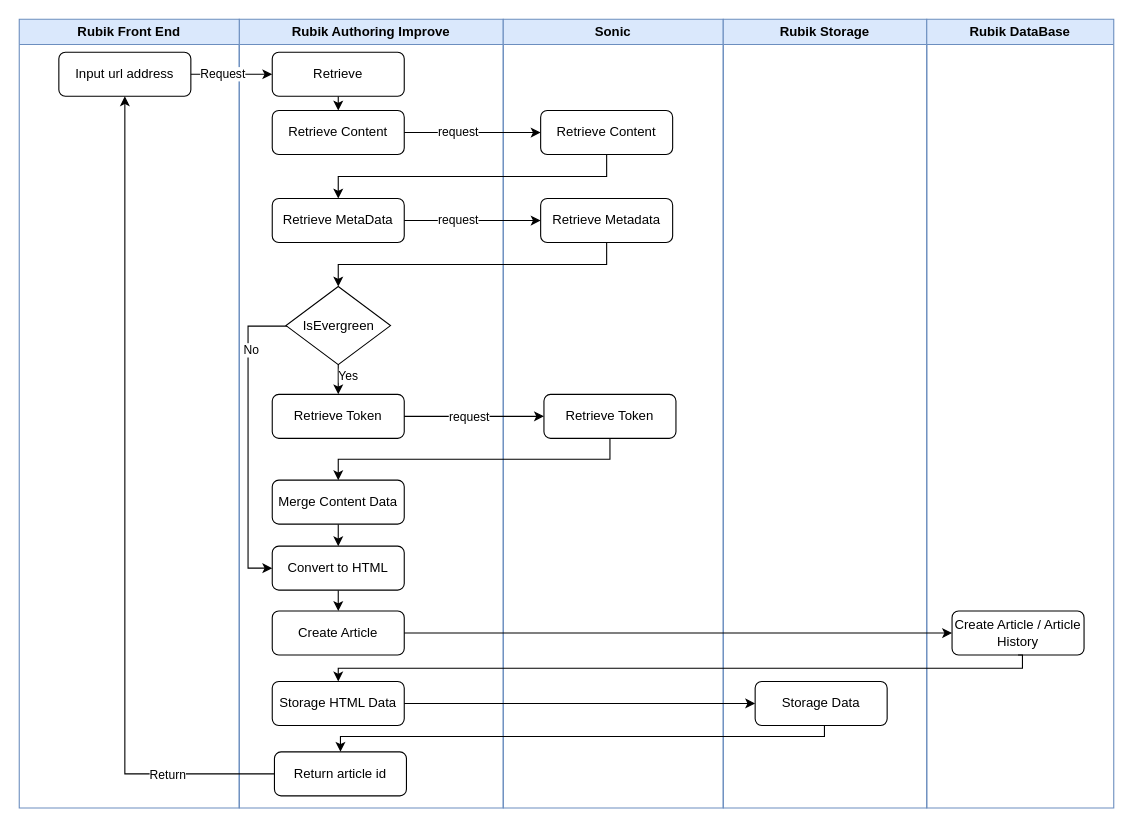
Earlier version of the draw.io diagram page "Page-14" (14 of 16) of 2.drawio (hy986/Repo_0110). Source tidied: cells renumbered, new cells numbered last; positions are measured from the earlier drawing's top-left corner, leaving out a move shared by most shapes. Both pictures are drawn from the tidied source at 110%, with x=0, y=0 at pixel (19, 19).
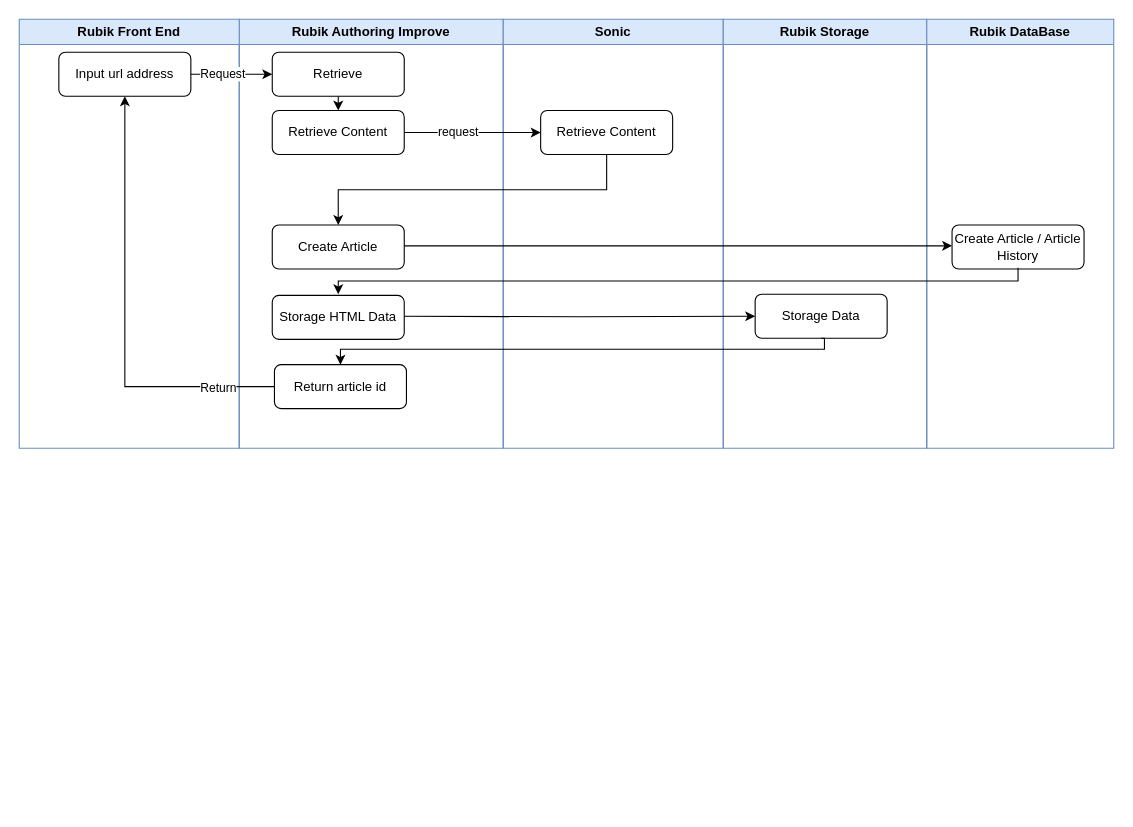
After the change.

Unchanged cells that the change refers to:
```xml
<mxCell id="21" value="Retrieve Content" style="rounded=1;whiteSpace=wrap;html=1;" parent="20" vertex="1">
  <mxGeometry x="34" y="83" width="120" height="40" as="geometry" />
</mxCell>
<mxCell id="37" value="Input url address" style="rounded=1;whiteSpace=wrap;html=1;" parent="36" vertex="1">
  <mxGeometry x="36" y="30" width="120" height="40" as="geometry" />
</mxCell>
```

The edit, as a diff of the source:
```diff
@@
     <mxCell id="2" value="Rubik Authoring Improve" style="swimlane;whiteSpace=wrap;html=1;swimlaneLine=1;fillColor=#dae8fc;strokeColor=#6c8ebf;" parent="1" vertex="1">
-      <mxGeometry x="200" width="240" height="717" as="geometry" />
+      <mxGeometry x="200" width="240" height="390" as="geometry" />
     </mxCell>
@@
-    <mxCell id="4" value="Retrieve MetaData" style="rounded=1;whiteSpace=wrap;html=1;" parent="2" vertex="1">
-      <mxGeometry x="30" y="163" width="120" height="40" as="geometry" />
-    </mxCell>
-    <mxCell id="5" value="Retrieve Token" style="rounded=1;whiteSpace=wrap;html=1;" parent="2" vertex="1">
-      <mxGeometry x="30" y="341" width="120" height="40" as="geometry" />
-    </mxCell>
     <mxCell id="6" value="Create Article" style="rounded=1;whiteSpace=wrap;html=1;" parent="2" vertex="1">
-      <mxGeometry x="30" y="538" width="120" height="40" as="geometry" />
+      <mxGeometry x="30" y="187" width="120" height="40" as="geometry" />
     </mxCell>
-    <mxCell id="7" style="edgeStyle=orthogonalEdgeStyle;rounded=0;jettySize=auto;html=1;exitX=0.5;exitY=1;exitDx=0;exitDy=0;entryX=0.5;entryY=0;entryDx=0;entryDy=0;" parent="2" edge="1" source="8" target="10">
-      <mxGeometry relative="1" as="geometry" />
-    </mxCell>
-    <mxCell id="8" value="Merge Content Data" style="rounded=1;whiteSpace=wrap;html=1;" parent="2" vertex="1">
-      <mxGeometry x="30" y="419" width="120" height="40" as="geometry" />
-    </mxCell>
-    <mxCell id="9" style="edgeStyle=orthogonalEdgeStyle;rounded=0;jettySize=auto;html=1;exitX=0.5;exitY=1;exitDx=0;exitDy=0;entryX=0.5;entryY=0;entryDx=0;entryDy=0;" parent="2" edge="1" source="10" target="6">
-      <mxGeometry relative="1" as="geometry" />
-    </mxCell>
-    <mxCell id="10" value="Convert to HTML" style="rounded=1;whiteSpace=wrap;html=1;" parent="2" vertex="1">
-      <mxGeometry x="30" y="479" width="120" height="40" as="geometry" />
-    </mxCell>
     <mxCell id="11" value="Storage HTML Data" style="rounded=1;whiteSpace=wrap;html=1;" parent="2" vertex="1">
-      <mxGeometry x="30" y="602" width="120" height="40" as="geometry" />
+      <mxGeometry x="30" y="251" width="120" height="40" as="geometry" />
     </mxCell>
@@
-    <mxCell id="14" style="edgeStyle=orthogonalEdgeStyle;rounded=0;jettySize=auto;html=1;exitX=0.5;exitY=1;exitDx=0;exitDy=0;entryX=0.5;entryY=0;entryDx=0;entryDy=0;" parent="2" edge="1" source="18" target="5">
-      <mxGeometry relative="1" as="geometry" />
-    </mxCell>
-    <mxCell id="15" value="Yes" style="edgeLabel;html=1;align=center;verticalAlign=middle;" parent="14" vertex="1">
-      <mxGeometry x="-0.04" y="-1" relative="1" as="geometry">
-        <mxPoint x="9" y="-4" as="offset" />
-      </mxGeometry>
-    </mxCell>
-    <mxCell id="16" style="edgeStyle=orthogonalEdgeStyle;rounded=0;jettySize=auto;html=1;exitX=0.079;exitY=0.507;exitDx=0;exitDy=0;entryX=0;entryY=0.5;entryDx=0;entryDy=0;exitPerimeter=0;" parent="2" edge="1" source="18" target="10">
-      <mxGeometry relative="1" as="geometry">
-        <Array as="points">
-          <mxPoint x="8" y="279" />
-          <mxPoint x="8" y="499" />
-        </Array>
-      </mxGeometry>
-    </mxCell>
-    <mxCell id="17" value="No" style="edgeLabel;html=1;align=center;verticalAlign=middle;" parent="16" vertex="1">
-      <mxGeometry x="-0.55" y="2" relative="1" as="geometry" />
-    </mxCell>
-    <mxCell id="18" value="IsEvergreen" style="rhombus;whiteSpace=wrap;html=1;" parent="2" vertex="1">
-      <mxGeometry x="42.5" y="243" width="95" height="71" as="geometry" />
-    </mxCell>
     <mxCell id="19" value="Return article id" style="rounded=1;whiteSpace=wrap;html=1;" parent="2" vertex="1">
-      <mxGeometry x="32" y="666" width="120" height="40" as="geometry" />
+      <mxGeometry x="32" y="314" width="120" height="40" as="geometry" />
     </mxCell>
     <mxCell id="20" value="Sonic" style="swimlane;whiteSpace=wrap;html=1;fillColor=#dae8fc;strokeColor=#6c8ebf;" parent="1" vertex="1">
-      <mxGeometry x="440" width="200" height="717" as="geometry" />
+      <mxGeometry x="440" width="200" height="390" as="geometry" />
     </mxCell>
@@
-    <mxCell id="22" value="Retrieve Metadata" style="rounded=1;whiteSpace=wrap;html=1;" parent="20" vertex="1">
-      <mxGeometry x="34" y="163" width="120" height="40" as="geometry" />
-    </mxCell>
-    <mxCell id="23" value="Retrieve Token" style="rounded=1;whiteSpace=wrap;html=1;" parent="20" vertex="1">
-      <mxGeometry x="37" y="341" width="120" height="40" as="geometry" />
-    </mxCell>
@@
-    <mxCell id="26" style="edgeStyle=orthogonalEdgeStyle;rounded=0;jettySize=auto;html=1;exitX=1;exitY=0.5;exitDx=0;exitDy=0;entryX=0;entryY=0.5;entryDx=0;entryDy=0;" parent="1" edge="1" source="4" target="22">
-      <mxGeometry relative="1" as="geometry" />
-    </mxCell>
-    <mxCell id="27" value="request" style="edgeLabel;html=1;align=center;verticalAlign=middle;" parent="26" vertex="1">
-      <mxGeometry x="-0.23" y="1" relative="1" as="geometry" />
-    </mxCell>
-    <mxCell id="28" style="edgeStyle=orthogonalEdgeStyle;rounded=0;jettySize=auto;html=1;exitX=1;exitY=0.5;exitDx=0;exitDy=0;entryX=0;entryY=0.5;entryDx=0;entryDy=0;" parent="1" edge="1" source="5" target="23">
-      <mxGeometry relative="1" as="geometry" />
-    </mxCell>
-    <mxCell id="29" value="request" style="edgeLabel;html=1;align=center;verticalAlign=middle;" parent="28" vertex="1">
-      <mxGeometry x="-0.08" relative="1" as="geometry" />
-    </mxCell>
     <mxCell id="30" value="Rubik Storage" style="swimlane;whiteSpace=wrap;html=1;fillColor=#dae8fc;strokeColor=#6c8ebf;" parent="1" vertex="1">
-      <mxGeometry x="640" width="185" height="717" as="geometry" />
+      <mxGeometry x="640" width="185" height="390" as="geometry" />
     </mxCell>
     <mxCell id="31" value="Storage Data" style="rounded=1;whiteSpace=wrap;html=1;fillColor=default;" parent="30" vertex="1">
-      <mxGeometry x="29" y="602" width="120" height="40" as="geometry" />
+      <mxGeometry x="29" y="250" width="120" height="40" as="geometry" />
     </mxCell>
     <mxCell id="32" value="Rubik DataBase" style="swimlane;whiteSpace=wrap;html=1;fillColor=#dae8fc;strokeColor=#6c8ebf;" parent="1" vertex="1">
-      <mxGeometry x="825" width="170" height="717" as="geometry" />
+      <mxGeometry x="825" width="170" height="390" as="geometry" />
     </mxCell>
     <mxCell id="33" value="Create Article / Article History" style="rounded=1;whiteSpace=wrap;html=1;" parent="32" vertex="1">
-      <mxGeometry x="23" y="538" width="120" height="40" as="geometry" />
+      <mxGeometry x="23" y="187" width="120" height="40" as="geometry" />
     </mxCell>
-    <mxCell id="34" style="edgeStyle=orthogonalEdgeStyle;rounded=0;jettySize=auto;html=1;exitX=1;exitY=0.5;exitDx=0;exitDy=0;entryX=0;entryY=0.5;entryDx=0;entryDy=0;" parent="1" edge="1" source="6" target="33">
-      <mxGeometry relative="1" as="geometry" />
+    <mxCell id="34" style="edgeStyle=orthogonalEdgeStyle;rounded=0;orthogonalLoop=1;jettySize=auto;html=1;exitX=1;exitY=0.5;exitDx=0;exitDy=0;entryX=0;entryY=0.5;entryDx=0;entryDy=0;" parent="1" edge="1">
+      <mxGeometry relative="1" as="geometry">
+        <mxPoint x="350" y="206" as="sourcePoint" />
+        <mxPoint x="848" y="206" as="targetPoint" />
+      </mxGeometry>
     </mxCell>
-    <mxCell id="35" style="edgeStyle=orthogonalEdgeStyle;rounded=0;jettySize=auto;html=1;exitX=1;exitY=0.5;exitDx=0;exitDy=0;entryX=0;entryY=0.5;entryDx=0;entryDy=0;" parent="1" edge="1" source="11" target="31">
-      <mxGeometry relative="1" as="geometry" />
+    <mxCell id="35" style="edgeStyle=orthogonalEdgeStyle;rounded=0;jettySize=auto;html=1;exitX=1;exitY=0.5;exitDx=0;exitDy=0;entryX=0;entryY=0.5;entryDx=0;entryDy=0;" parent="1" edge="1" target="31">
+      <mxGeometry relative="1" as="geometry">
+        <mxPoint x="350" y="270" as="sourcePoint" />
+      </mxGeometry>
     </mxCell>
     <mxCell id="36" value="Rubik Front End" style="swimlane;whiteSpace=wrap;html=1;fillColor=#dae8fc;strokeColor=#6c8ebf;" parent="1" vertex="1">
-      <mxGeometry width="200" height="717" as="geometry" />
+      <mxGeometry width="200" height="390" as="geometry" />
     </mxCell>
@@
-    <mxCell id="40" style="edgeStyle=orthogonalEdgeStyle;rounded=0;jettySize=auto;html=1;exitX=0.5;exitY=1;exitDx=0;exitDy=0;entryX=0.5;entryY=0;entryDx=0;entryDy=0;" parent="1" edge="1" source="21" target="4">
+    <mxCell id="40" style="edgeStyle=orthogonalEdgeStyle;rounded=0;jettySize=auto;html=1;exitX=0.5;exitY=1;exitDx=0;exitDy=0;entryX=0.5;entryY=0;entryDx=0;entryDy=0;" parent="1" edge="1" source="21" target="6">
       <mxGeometry relative="1" as="geometry" />
     </mxCell>
-    <mxCell id="41" style="edgeStyle=orthogonalEdgeStyle;rounded=0;jettySize=auto;html=1;exitX=0.5;exitY=1;exitDx=0;exitDy=0;" parent="1" edge="1" source="22" target="18">
-      <mxGeometry relative="1" as="geometry" />
-    </mxCell>
-    <mxCell id="42" style="edgeStyle=orthogonalEdgeStyle;rounded=0;jettySize=auto;html=1;exitX=0.5;exitY=1;exitDx=0;exitDy=0;entryX=0.5;entryY=0;entryDx=0;entryDy=0;" parent="1" edge="1" source="23" target="8">
-      <mxGeometry relative="1" as="geometry">
-        <Array as="points">
-          <mxPoint x="537" y="400" />
-          <mxPoint x="290" y="400" />
-        </Array>
-      </mxGeometry>
-    </mxCell>
     <mxCell id="43" style="edgeStyle=orthogonalEdgeStyle;rounded=0;jettySize=auto;html=1;exitX=0;exitY=0.5;exitDx=0;exitDy=0;entryX=0.5;entryY=1;entryDx=0;entryDy=0;" parent="1" edge="1" source="19" target="37">
       <mxGeometry relative="1" as="geometry">
         <Array as="points">
-          <mxPoint x="96" y="686" />
+          <mxPoint x="96" y="334" />
         </Array>
       </mxGeometry>
     </mxCell>
@@
-    <mxCell id="45" style="edgeStyle=orthogonalEdgeStyle;rounded=0;jettySize=auto;html=1;exitX=0.5;exitY=1;exitDx=0;exitDy=0;entryX=0.5;entryY=0;entryDx=0;entryDy=0;" parent="1" edge="1" source="33" target="11">
+    <mxCell id="45" style="edgeStyle=orthogonalEdgeStyle;rounded=0;orthogonalLoop=1;jettySize=auto;html=1;exitX=0.5;exitY=1;exitDx=0;exitDy=0;entryX=0.5;entryY=0;entryDx=0;entryDy=0;" parent="1" edge="1">
       <mxGeometry relative="1" as="geometry">
+        <mxPoint x="908" y="226" as="sourcePoint" />
+        <mxPoint x="290" y="250" as="targetPoint" />
         <Array as="points">
-          <mxPoint x="912" y="578" />
-          <mxPoint x="912" y="590" />
-          <mxPoint x="290" y="590" />
+          <mxPoint x="908" y="238" />
+          <mxPoint x="290" y="238" />
         </Array>
       </mxGeometry>
     </mxCell>
     <mxCell id="46" style="edgeStyle=orthogonalEdgeStyle;rounded=0;jettySize=auto;html=1;exitX=0.5;exitY=1;exitDx=0;exitDy=0;entryX=0.5;entryY=0;entryDx=0;entryDy=0;" parent="1" edge="1" source="31" target="19">
       <mxGeometry relative="1" as="geometry">
         <Array as="points">
-          <mxPoint x="732" y="642" />
-          <mxPoint x="732" y="652" />
-          <mxPoint x="292" y="652" />
+          <mxPoint x="732" y="290" />
+          <mxPoint x="732" y="300" />
+          <mxPoint x="292" y="300" />
         </Array>
       </mxGeometry>
     </mxCell>
```
